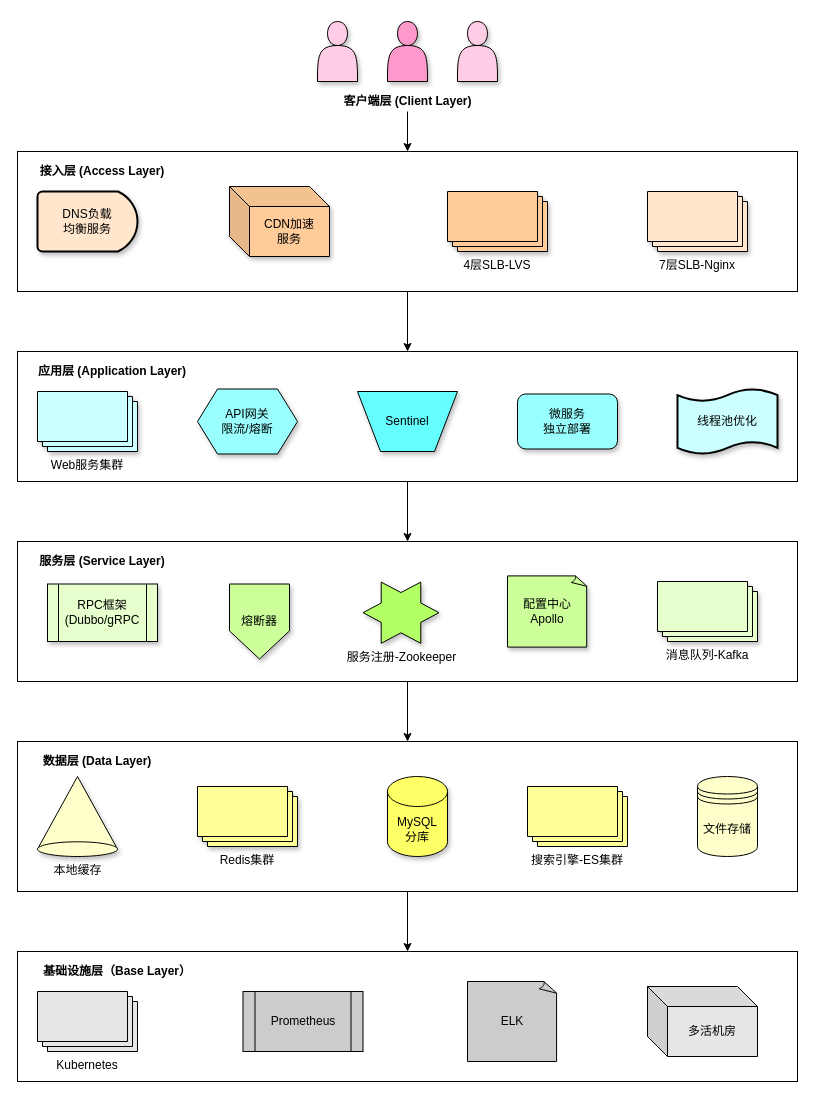
abigalexy/online_drawing keeps this draw.io diagram as achitecture_diagram/百万QPS分布式架构分层设计.drawio. Above is the earlier version. Source tidied: cells renumbered, new cells numbered last; positions are measured from the earlier drawing's top-left corner, leaving out a move shared by most shapes. Both pictures are drawn from the tidied source at 100%, with x=0, y=0 at pixel (17, 21).
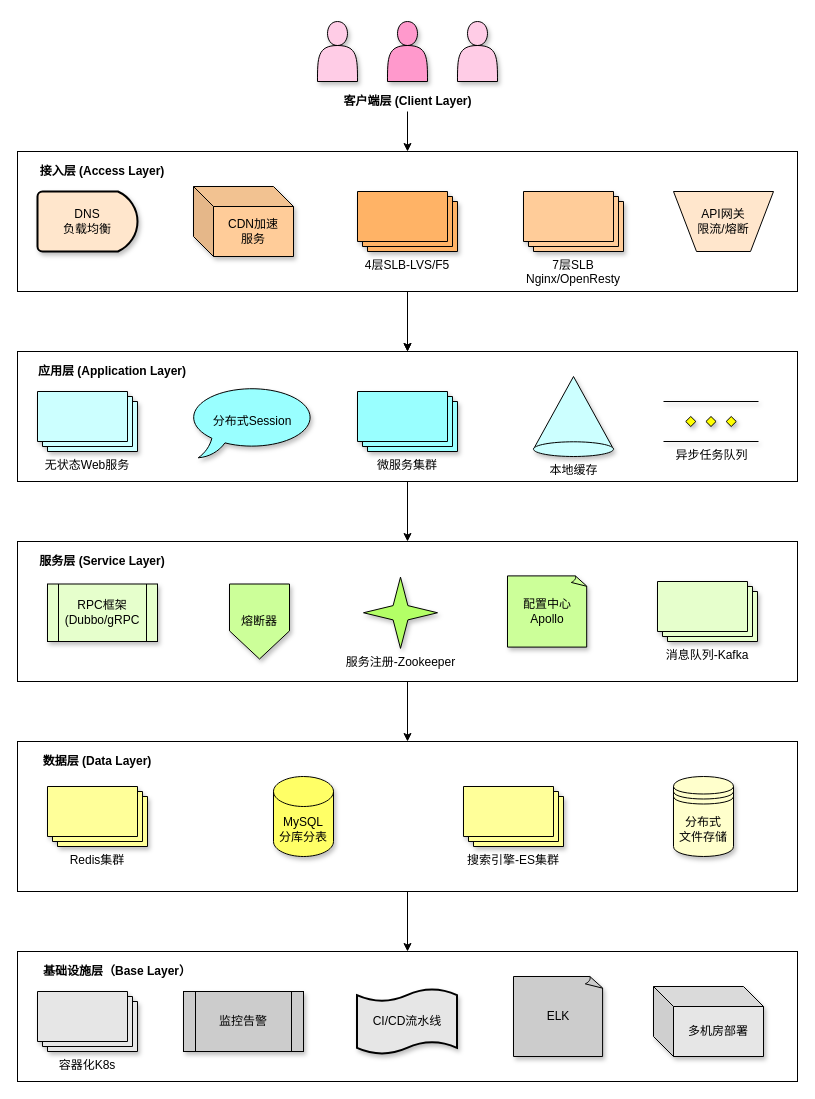
The same diagram, later.

Commit message:
更新百万QPS分布式架构分层设计.drawio

The change refers to these unchanged cells:
```xml
<mxCell id="22" style="group;" parent="1" vertex="1">
  <mxGeometry y="520" width="780" height="140" as="geometry" />
</mxCell>
<mxCell id="30" style="group;" parent="1" vertex="1">
  <mxGeometry y="720" width="780" height="150" as="geometry" />
</mxCell>
<mxCell id="38" style="group;" parent="1" vertex="1">
  <mxGeometry y="930" width="780" height="130" as="geometry" />
</mxCell>
```

Change to the diagram source:
```diff
@@
-    <mxCell id="7" style="group;" parent="1" vertex="1">
-      <mxGeometry y="130" width="780" height="140" as="geometry" />
-    </mxCell>
-    <mxCell id="8" style="rounded=0;whiteSpace=wrap;html=1;" parent="7" vertex="1">
-      <mxGeometry width="780" height="140" as="geometry" />
-    </mxCell>
-    <mxCell id="9" value="&lt;b&gt;接入层 (Access Layer)&lt;/b&gt;" style="text;strokeColor=none;align=center;fillColor=none;html=1;verticalAlign=middle;whiteSpace=wrap;rounded=0;" parent="7" vertex="1">
-      <mxGeometry x="20" y="10" width="130" height="20" as="geometry" />
-    </mxCell>
-    <mxCell id="10" value="DNS负载&lt;br&gt;均衡服务" style="strokeWidth=2;html=1;shape=mxgraph.flowchart.delay;whiteSpace=wrap;fillColor=#FFE6CC;shadow=1;" parent="7" vertex="1">
-      <mxGeometry x="20" y="40" width="100" height="60" as="geometry" />
-    </mxCell>
-    <mxCell id="11" value="CDN加速&lt;br&gt;服务" style="shape=cube;whiteSpace=wrap;html=1;boundedLbl=1;backgroundOutline=1;darkOpacity=0.05;darkOpacity2=0.1;fillColor=#FFCC99;shadow=1;" parent="7" vertex="1">
-      <mxGeometry x="212" y="35" width="100" height="70" as="geometry" />
-    </mxCell>
-    <mxCell id="12" value="4层SLB-LVS" style="verticalLabelPosition=bottom;verticalAlign=top;html=1;shape=mxgraph.basic.layered_rect;dx=10;whiteSpace=wrap;fillColor=#FFCC99;shadow=1;" parent="7" vertex="1">
-      <mxGeometry x="430" y="40" width="100" height="60" as="geometry" />
-    </mxCell>
-    <mxCell id="13" value="7层SLB-Nginx" style="verticalLabelPosition=bottom;verticalAlign=top;html=1;shape=mxgraph.basic.layered_rect;dx=10;whiteSpace=wrap;shadow=1;fillColor=#FFE6CC;" parent="7" vertex="1">
-      <mxGeometry x="630" y="40" width="100" height="60" as="geometry" />
-    </mxCell>
-    <mxCell id="14" style="group;" parent="1" vertex="1">
-      <mxGeometry y="330" width="780" height="130" as="geometry" />
-    </mxCell>
-    <mxCell id="15" style="rounded=0;whiteSpace=wrap;html=1;" parent="14" vertex="1">
-      <mxGeometry width="780" height="130" as="geometry" />
-    </mxCell>
-    <mxCell id="16" value="API网关&lt;br&gt;限流/熔断" style="shape=hexagon;perimeter=hexagonPerimeter2;whiteSpace=wrap;html=1;fixedSize=1;fillColor=#99FFFF;shadow=1;" parent="14" vertex="1">
-      <mxGeometry x="180" y="37.5" width="100" height="65" as="geometry" />
-    </mxCell>
-    <mxCell id="17" value="Sentinel" style="verticalLabelPosition=middle;verticalAlign=middle;html=1;shape=trapezoid;perimeter=trapezoidPerimeter;whiteSpace=wrap;size=0.23;arcSize=10;flipV=1;labelPosition=center;align=center;fillColor=#66FFFF;shadow=1;" parent="14" vertex="1">
-      <mxGeometry x="340" y="40" width="100" height="60" as="geometry" />
-    </mxCell>
-    <mxCell id="18" value="&lt;b&gt;应用层 (Application Layer)&lt;/b&gt;" style="text;strokeColor=none;align=center;fillColor=none;html=1;verticalAlign=middle;whiteSpace=wrap;rounded=0;" parent="14" vertex="1">
-      <mxGeometry x="20" y="10" width="150" height="20" as="geometry" />
-    </mxCell>
-    <mxCell id="19" value="Web服务集群" style="verticalLabelPosition=bottom;verticalAlign=top;html=1;shape=mxgraph.basic.layered_rect;dx=10;whiteSpace=wrap;fillColor=#CCFFFF;shadow=1;" parent="14" vertex="1">
-      <mxGeometry x="20" y="40" width="100" height="60" as="geometry" />
-    </mxCell>
-    <mxCell id="20" value="线程池优化" style="shape=tape;whiteSpace=wrap;html=1;strokeWidth=2;size=0.19;fillColor=#CCFFFF;shadow=1;" parent="14" vertex="1">
-      <mxGeometry x="660" y="37.5" width="100" height="65" as="geometry" />
-    </mxCell>
-    <mxCell id="21" value="微服务&lt;br&gt;独立部署" style="rounded=1;whiteSpace=wrap;html=1;fillColor=#99FFFF;shadow=1;" parent="14" vertex="1">
-      <mxGeometry x="500" y="42.5" width="100" height="55" as="geometry" />
-    </mxCell>
@@
-    <mxCell id="25" value="服务注册-Zookeeper" style="verticalLabelPosition=bottom;verticalAlign=top;html=1;shape=mxgraph.basic.6_point_star;fillColor=#B3FF66;shadow=1;" parent="22" vertex="1">
-      <mxGeometry x="345.5" y="40.6" width="76" height="61.2" as="geometry" />
-    </mxCell>
@@
+    <mxCell id="25" value="服务注册-Zookeeper" style="verticalLabelPosition=bottom;verticalAlign=top;html=1;shape=mxgraph.basic.4_point_star_2;dx=0.8;fillColor=#B3FF66;shadow=1;" parent="22" vertex="1">
+      <mxGeometry x="346" y="35.6" width="74" height="71.3" as="geometry" />
+    </mxCell>
@@
-    <mxCell id="33" value="本地缓存" style="verticalLabelPosition=bottom;verticalAlign=top;html=1;shape=mxgraph.basic.cone;fillColor=#FFFFCC;shadow=1;" parent="30" vertex="1">
-      <mxGeometry x="20" y="35" width="80" height="80" as="geometry" />
-    </mxCell>
     <mxCell id="34" value="Redis集群" style="verticalLabelPosition=bottom;verticalAlign=top;html=1;shape=mxgraph.basic.layered_rect;dx=10;whiteSpace=wrap;fillColor=#FFFF99;shadow=1;" parent="30" vertex="1">
-      <mxGeometry x="180" y="45" width="100" height="60" as="geometry" />
+      <mxGeometry x="30" y="45" width="100" height="60" as="geometry" />
     </mxCell>
-    <mxCell id="35" value="MySQL&lt;br&gt;分库" style="shape=cylinder3;whiteSpace=wrap;html=1;boundedLbl=1;backgroundOutline=1;size=15;fillColor=#FFFF66;shadow=1;" parent="30" vertex="1">
-      <mxGeometry x="370" y="35" width="60" height="80" as="geometry" />
+    <mxCell id="35" value="MySQL&lt;br&gt;分库分表" style="shape=cylinder3;whiteSpace=wrap;html=1;boundedLbl=1;backgroundOutline=1;size=15;fillColor=#FFFF66;shadow=1;" parent="30" vertex="1">
+      <mxGeometry x="256" y="35" width="60" height="80" as="geometry" />
     </mxCell>
-    <mxCell id="36" value="搜索引擎-ES集群" style="verticalLabelPosition=bottom;verticalAlign=top;html=1;shape=mxgraph.basic.layered_rect;dx=10;whiteSpace=wrap;fillColor=#FFFF99;" parent="30" vertex="1">
-      <mxGeometry x="510" y="45" width="100" height="60" as="geometry" />
+    <mxCell id="36" value="搜索引擎-ES集群" style="verticalLabelPosition=bottom;verticalAlign=top;html=1;shape=mxgraph.basic.layered_rect;dx=10;whiteSpace=wrap;fillColor=#FFFF99;shadow=1;" parent="30" vertex="1">
+      <mxGeometry x="446" y="45" width="100" height="60" as="geometry" />
     </mxCell>
-    <mxCell id="37" value="文件存储" style="shape=datastore;whiteSpace=wrap;html=1;fillColor=#FFFFCC;" parent="30" vertex="1">
-      <mxGeometry x="680" y="35" width="60" height="80" as="geometry" />
+    <mxCell id="37" value="分布式&lt;br&gt;文件存储" style="shape=datastore;whiteSpace=wrap;html=1;fillColor=#FFFFCC;shadow=1;" parent="30" vertex="1">
+      <mxGeometry x="656" y="35" width="60" height="80" as="geometry" />
     </mxCell>
@@
-    <mxCell id="41" value="Kubernetes" style="verticalLabelPosition=bottom;verticalAlign=top;html=1;shape=mxgraph.basic.layered_rect;dx=10;whiteSpace=wrap;fillColor=#E6E6E6;" parent="38" vertex="1">
+    <mxCell id="41" value="容器化K8s" style="verticalLabelPosition=bottom;verticalAlign=top;html=1;shape=mxgraph.basic.layered_rect;dx=10;whiteSpace=wrap;fillColor=#E6E6E6;shadow=1;" parent="38" vertex="1">
       <mxGeometry x="20" y="40" width="100" height="60" as="geometry" />
     </mxCell>
-    <mxCell id="42" value="Prometheus" style="shape=process;whiteSpace=wrap;html=1;backgroundOutline=1;fillColor=#CCCCCC;" parent="38" vertex="1">
-      <mxGeometry x="225.5" y="40" width="120" height="60" as="geometry" />
+    <mxCell id="42" value="监控告警" style="shape=process;whiteSpace=wrap;html=1;backgroundOutline=1;fillColor=#CCCCCC;shadow=1;" parent="38" vertex="1">
+      <mxGeometry x="166" y="40" width="120" height="60" as="geometry" />
     </mxCell>
-    <mxCell id="43" value="ELK" style="whiteSpace=wrap;html=1;shape=mxgraph.basic.document;fillColor=#CCCCCC;" parent="38" vertex="1">
-      <mxGeometry x="450" y="30" width="90" height="80" as="geometry" />
+    <mxCell id="43" value="ELK" style="whiteSpace=wrap;html=1;shape=mxgraph.basic.document;fillColor=#CCCCCC;shadow=1;" parent="38" vertex="1">
+      <mxGeometry x="496" y="25" width="90" height="80" as="geometry" />
     </mxCell>
-    <mxCell id="44" value="多活机房" style="shape=cube;whiteSpace=wrap;html=1;boundedLbl=1;backgroundOutline=1;darkOpacity=0.05;darkOpacity2=0.1;fillColor=#E6E6E6;" parent="38" vertex="1">
-      <mxGeometry x="630" y="35" width="110" height="70" as="geometry" />
+    <mxCell id="44" value="多机房部署" style="shape=cube;whiteSpace=wrap;html=1;boundedLbl=1;backgroundOutline=1;darkOpacity=0.05;darkOpacity2=0.1;fillColor=#E6E6E6;shadow=1;" parent="38" vertex="1">
+      <mxGeometry x="636" y="35" width="110" height="70" as="geometry" />
     </mxCell>
+    <mxCell id="50" value="CI/CD流水线" style="shape=tape;whiteSpace=wrap;html=1;strokeWidth=2;size=0.19;fillColor=#E6E6E6;shadow=1;" parent="38" vertex="1">
+      <mxGeometry x="339.5" y="37.5" width="100" height="65" as="geometry" />
+    </mxCell>
@@
+    <mxCell id="8" style="rounded=0;whiteSpace=wrap;html=1;" parent="1" vertex="1">
+      <mxGeometry y="130" width="780" height="140" as="geometry" />
+    </mxCell>
+    <mxCell id="9" value="&lt;b&gt;接入层 (Access Layer)&lt;/b&gt;" style="text;strokeColor=none;align=center;fillColor=none;html=1;verticalAlign=middle;whiteSpace=wrap;rounded=0;" parent="1" vertex="1">
+      <mxGeometry x="20" y="140" width="130" height="20" as="geometry" />
+    </mxCell>
+    <mxCell id="10" value="DNS&lt;br&gt;负载均衡" style="strokeWidth=2;html=1;shape=mxgraph.flowchart.delay;whiteSpace=wrap;fillColor=#FFE6CC;shadow=1;" parent="1" vertex="1">
+      <mxGeometry x="20" y="170" width="100" height="60" as="geometry" />
+    </mxCell>
+    <mxCell id="11" value="CDN加速&lt;br&gt;服务" style="shape=cube;whiteSpace=wrap;html=1;boundedLbl=1;backgroundOutline=1;darkOpacity=0.05;darkOpacity2=0.1;fillColor=#FFCC99;shadow=1;" parent="1" vertex="1">
+      <mxGeometry x="176" y="165" width="100" height="70" as="geometry" />
+    </mxCell>
+    <mxCell id="51" style="edgeStyle=orthogonalEdgeStyle;rounded=0;jettySize=auto;html=1;exitX=0.5;exitY=1;exitDx=0;exitDy=0;" parent="1" edge="1" source="8" target="15">
+      <mxGeometry relative="1" as="geometry" />
+    </mxCell>
+    <mxCell id="12" value="4层SLB-LVS/F5" style="verticalLabelPosition=bottom;verticalAlign=top;html=1;shape=mxgraph.basic.layered_rect;dx=10;whiteSpace=wrap;fillColor=#FFB366;shadow=1;" parent="1" vertex="1">
+      <mxGeometry x="340" y="170" width="100" height="60" as="geometry" />
+    </mxCell>
+    <mxCell id="13" value="7层SLB Nginx/OpenResty" style="verticalLabelPosition=bottom;verticalAlign=top;html=1;shape=mxgraph.basic.layered_rect;dx=10;whiteSpace=wrap;shadow=1;fillColor=#FFCC99;" parent="1" vertex="1">
+      <mxGeometry x="506" y="170" width="100" height="60" as="geometry" />
+    </mxCell>
+    <mxCell id="15" style="rounded=0;whiteSpace=wrap;html=1;" parent="1" vertex="1">
+      <mxGeometry y="330" width="780" height="130" as="geometry" />
+    </mxCell>
+    <mxCell id="18" value="&lt;b&gt;应用层 (Application Layer)&lt;/b&gt;" style="text;strokeColor=none;align=center;fillColor=none;html=1;verticalAlign=middle;whiteSpace=wrap;rounded=0;" parent="1" vertex="1">
+      <mxGeometry x="20" y="340" width="150" height="20" as="geometry" />
+    </mxCell>
+    <mxCell id="19" value="无状态Web服务" style="verticalLabelPosition=bottom;verticalAlign=top;html=1;shape=mxgraph.basic.layered_rect;dx=10;whiteSpace=wrap;fillColor=#CCFFFF;shadow=1;" parent="1" vertex="1">
+      <mxGeometry x="20" y="370" width="100" height="60" as="geometry" />
+    </mxCell>
+    <mxCell id="52" value="微服务集群" style="verticalLabelPosition=bottom;verticalAlign=top;html=1;shape=mxgraph.basic.layered_rect;dx=10;whiteSpace=wrap;fillColor=#99FFFF;shadow=1;" parent="1" vertex="1">
+      <mxGeometry x="340" y="370" width="100" height="60" as="geometry" />
+    </mxCell>
+    <mxCell id="53" value="异步任务队列" style="verticalLabelPosition=bottom;verticalAlign=top;html=1;shape=mxgraph.flowchart.parallel_mode;fillColor=#66FFFF;shadow=1;" parent="1" vertex="1">
+      <mxGeometry x="646" y="380" width="95" height="40" as="geometry" />
+    </mxCell>
+    <mxCell id="54" value="分布式Session" style="whiteSpace=wrap;html=1;shape=mxgraph.basic.oval_callout;fillColor=#99FFFF;shadow=1;" parent="1" vertex="1">
+      <mxGeometry x="170" y="363.8" width="130" height="72.5" as="geometry" />
+    </mxCell>
+    <mxCell id="33" value="本地缓存" style="verticalLabelPosition=bottom;verticalAlign=top;html=1;shape=mxgraph.basic.cone;fillColor=#CCFFFF;shadow=1;" parent="1" vertex="1">
+      <mxGeometry x="516" y="355" width="80" height="80" as="geometry" />
+    </mxCell>
+    <mxCell id="16" value="API网关&lt;br&gt;限流/熔断" style="verticalLabelPosition=middle;verticalAlign=middle;html=1;shape=trapezoid;perimeter=trapezoidPerimeter;whiteSpace=wrap;size=0.23;arcSize=10;flipV=1;labelPosition=center;align=center;fillColor=#FFE6CC;" parent="1" vertex="1">
+      <mxGeometry x="656" y="170" width="100" height="60" as="geometry" />
+    </mxCell>
```
